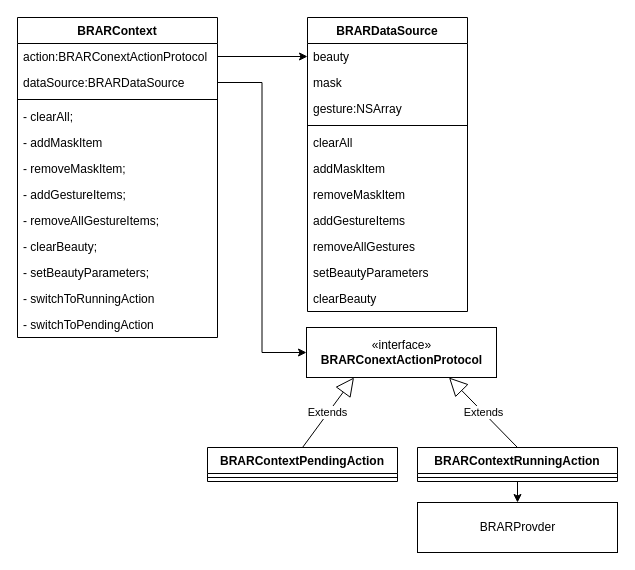
The draw.io diagram ARAdapter.drawio in brookchenli/drawio, before the edit. Source tidied: cells renumbered, new cells numbered last; positions are measured from the earlier drawing's top-left corner, leaving out a move shared by most shapes. Both pictures are drawn from the tidied source at 100%, with x=0, y=0 at pixel (17, 17).
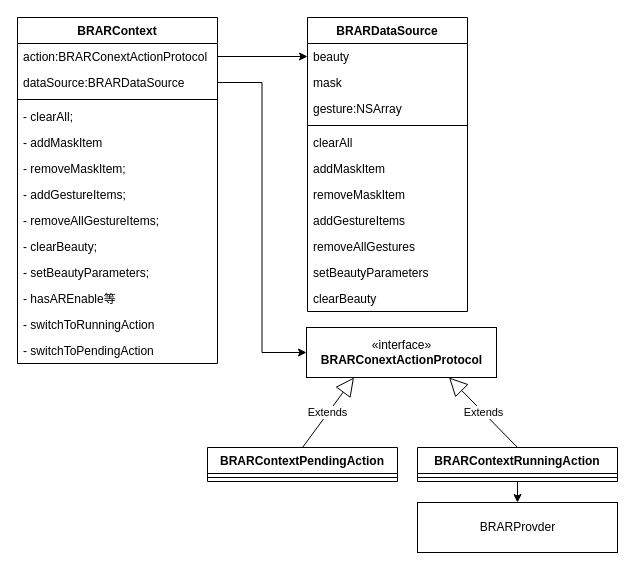
The same diagram, later.

Diff of the diagram source:
```diff
@@
     <mxCell id="23" value="BRARContext" style="swimlane;fontStyle=1;align=center;verticalAlign=top;horizontal=1;startSize=26;" parent="1" vertex="1">
-      <mxGeometry width="200" height="320" as="geometry" />
+      <mxGeometry width="200" height="346" as="geometry" />
     </mxCell>
@@
+    <mxCell id="38" value="- hasAREnable等" style="text;strokeColor=none;fillColor=none;align=left;verticalAlign=top;spacingLeft=4;spacingRight=4;overflow=hidden;" parent="23" vertex="1">
+      <mxGeometry y="268" width="200" height="26" as="geometry" />
+    </mxCell>
     <mxCell id="34" value="- switchToRunningAction" style="text;strokeColor=none;fillColor=none;align=left;verticalAlign=top;spacingLeft=4;spacingRight=4;overflow=hidden;" parent="23" vertex="1">
-      <mxGeometry y="268" width="200" height="26" as="geometry" />
+      <mxGeometry y="294" width="200" height="26" as="geometry" />
     </mxCell>
     <mxCell id="35" value="- switchToPendingAction" style="text;strokeColor=none;fillColor=none;align=left;verticalAlign=top;spacingLeft=4;spacingRight=4;overflow=hidden;" parent="23" vertex="1">
-      <mxGeometry y="294" width="200" height="26" as="geometry" />
+      <mxGeometry y="320" width="200" height="26" as="geometry" />
     </mxCell>
```
